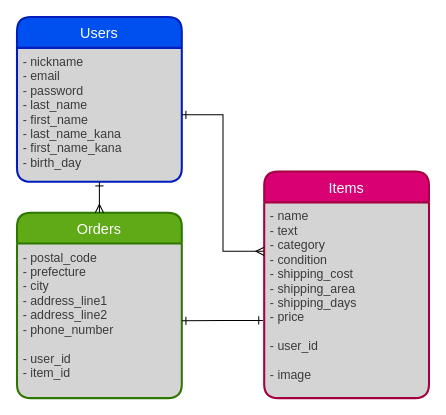
turtlekazu/furima-34437 keeps this draw.io diagram as furima.dio. Above is the earlier version. Source tidied: cells renumbered, new cells numbered last; positions are measured from the earlier drawing's top-left corner, leaving out a move shared by most shapes. Both pictures are drawn from the tidied source at 103%, with x=0, y=0 at pixel (16, 16).
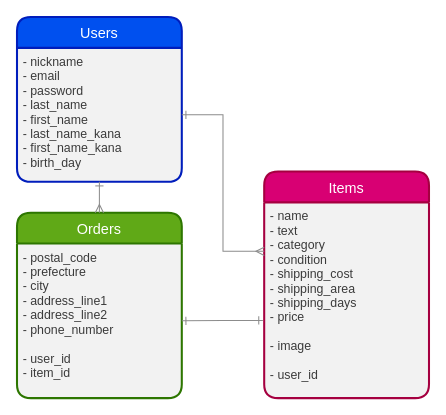
The same page after the edit.

The edit, as a diff of the source:
```diff
@@
 <mxGraphModel>
   <root>
     <mxCell id="0" />
     <mxCell id="1" parent="0" />
-    <mxCell id="2" value="Users" style="swimlane;horizontal=1;startSize=30;rounded=1;fontSize=14;fontStyle=0;strokeWidth=2;shadow=0;dashed=0;align=center;fillColor=#0050ef;strokeColor=#001DBC;fontColor=#ffffff;swimlaneFillColor=#D4D4D4;" parent="1" vertex="1">
+    <mxCell id="2" value="Users" style="swimlane;horizontal=1;startSize=30;rounded=1;fontSize=14;fontStyle=0;strokeWidth=2;shadow=0;dashed=0;align=center;fillColor=#0050ef;strokeColor=#001DBC;fontColor=#ffffff;swimlaneFillColor=#F2F2F2;" parent="1" vertex="1">
       <mxGeometry width="160" height="160" as="geometry" />
     </mxCell>
     <mxCell id="3" value="- nickname&#10;- email&#10;- password&#10;- last_name&#10;- first_name&#10;- last_name_kana&#10;- first_name_kana&#10;- birth_day" style="align=left;strokeColor=none;fillColor=none;spacingLeft=4;fontSize=12;verticalAlign=top;fontColor=#3B3B3B;" parent="2" vertex="1">
       <mxGeometry y="30" width="160" height="130" as="geometry" />
     </mxCell>
-    <mxCell id="4" value="Items" style="swimlane;horizontal=1;startSize=30;rounded=1;fontSize=14;fontStyle=0;strokeWidth=2;shadow=0;dashed=0;align=center;fillColor=#d80073;strokeColor=#A50040;fontColor=#ffffff;swimlaneFillColor=#D4D4D4;" parent="1" vertex="1">
+    <mxCell id="4" value="Items" style="swimlane;horizontal=1;startSize=30;rounded=1;fontSize=14;fontStyle=0;strokeWidth=2;shadow=0;dashed=0;align=center;fillColor=#d80073;strokeColor=#A50040;fontColor=#ffffff;swimlaneFillColor=#F2F2F2;" parent="1" vertex="1">
       <mxGeometry x="240" y="150" width="160" height="220" as="geometry" />
     </mxCell>
-    <mxCell id="5" value="- name&#10;- text&#10;- category&#10;- condition&#10;- shipping_cost&#10;- shipping_area&#10;- shipping_days&#10;- price&#10;&#10;- user_id&#10;&#10;- image" style="align=left;strokeColor=none;fillColor=none;spacingLeft=4;fontSize=12;verticalAlign=top;fontColor=#3B3B3B;" parent="4" vertex="1">
+    <mxCell id="5" value="- name&#10;- text&#10;- category&#10;- condition&#10;- shipping_cost&#10;- shipping_area&#10;- shipping_days&#10;- price&#10;&#10;- image&#10;&#10;- user_id" style="align=left;strokeColor=none;fillColor=none;spacingLeft=4;fontSize=12;verticalAlign=top;fontColor=#3B3B3B;" parent="4" vertex="1">
       <mxGeometry y="30" width="160" height="190" as="geometry" />
     </mxCell>
-    <mxCell id="6" value="Orders" style="swimlane;horizontal=1;startSize=30;rounded=1;fontSize=14;fontStyle=0;strokeWidth=2;shadow=0;dashed=0;align=center;fillColor=#60a917;strokeColor=#2D7600;fontColor=#ffffff;swimlaneFillColor=#D4D4D4;" parent="1" vertex="1">
+    <mxCell id="6" value="Orders" style="swimlane;horizontal=1;startSize=30;rounded=1;fontSize=14;fontStyle=0;strokeWidth=2;shadow=0;dashed=0;align=center;fillColor=#60a917;strokeColor=#2D7600;fontColor=#ffffff;swimlaneFillColor=#F2F2F2;" parent="1" vertex="1">
       <mxGeometry y="190" width="160" height="180" as="geometry" />
     </mxCell>
     <mxCell id="7" value="- postal_code&#10;- prefecture&#10;- city&#10;- address_line1&#10;- address_line2&#10;- phone_number&#10;&#10;- user_id&#10;- item_id" style="align=left;strokeColor=none;fillColor=none;spacingLeft=4;fontSize=12;verticalAlign=top;fontColor=#3B3B3B;" parent="6" vertex="1">
       <mxGeometry y="30" width="160" height="150" as="geometry" />
     </mxCell>
-    <mxCell id="8" style="edgeStyle=orthogonalEdgeStyle;rounded=0;jettySize=auto;html=1;exitX=0.5;exitY=1;exitDx=0;exitDy=0;startArrow=ERone;startFill=0;endArrow=ERmany;endFill=0;fontColor=#F0F0F0;" parent="1" edge="1" source="3" target="6">
+    <mxCell id="8" style="edgeStyle=orthogonalEdgeStyle;rounded=0;jettySize=auto;html=1;exitX=0.5;exitY=1;exitDx=0;exitDy=0;startArrow=ERone;startFill=0;endArrow=ERmany;endFill=0;fontColor=#F0F0F0;strokeColor=#8C8C8C;" parent="1" edge="1" source="3" target="6">
       <mxGeometry relative="1" as="geometry" />
     </mxCell>
-    <mxCell id="9" style="edgeStyle=orthogonalEdgeStyle;rounded=0;jettySize=auto;html=1;exitX=-0.008;exitY=0.603;exitDx=0;exitDy=0;startArrow=ERone;startFill=0;endArrow=ERone;endFill=0;fontColor=#F0F0F0;exitPerimeter=0;" parent="1" edge="1" source="5" target="7">
+    <mxCell id="9" style="edgeStyle=orthogonalEdgeStyle;rounded=0;jettySize=auto;html=1;exitX=-0.008;exitY=0.603;exitDx=0;exitDy=0;startArrow=ERone;startFill=0;endArrow=ERone;endFill=0;fontColor=#F0F0F0;exitPerimeter=0;strokeColor=#8C8C8C;" parent="1" edge="1" source="5" target="7">
       <mxGeometry relative="1" as="geometry" />
     </mxCell>
-    <mxCell id="10" style="edgeStyle=orthogonalEdgeStyle;rounded=0;jettySize=auto;html=1;entryX=0;entryY=0.25;entryDx=0;entryDy=0;startArrow=ERone;startFill=0;endArrow=ERmany;endFill=0;fontColor=#F0F0F0;" parent="1" edge="1" source="3" target="5">
+    <mxCell id="10" style="edgeStyle=orthogonalEdgeStyle;rounded=0;jettySize=auto;html=1;entryX=0;entryY=0.25;entryDx=0;entryDy=0;startArrow=ERone;startFill=0;endArrow=ERmany;endFill=0;fontColor=#F0F0F0;strokeColor=#8C8C8C;" parent="1" edge="1" source="3" target="5">
       <mxGeometry relative="1" as="geometry" />
     </mxCell>
   </root>
 </mxGraphModel>
```
